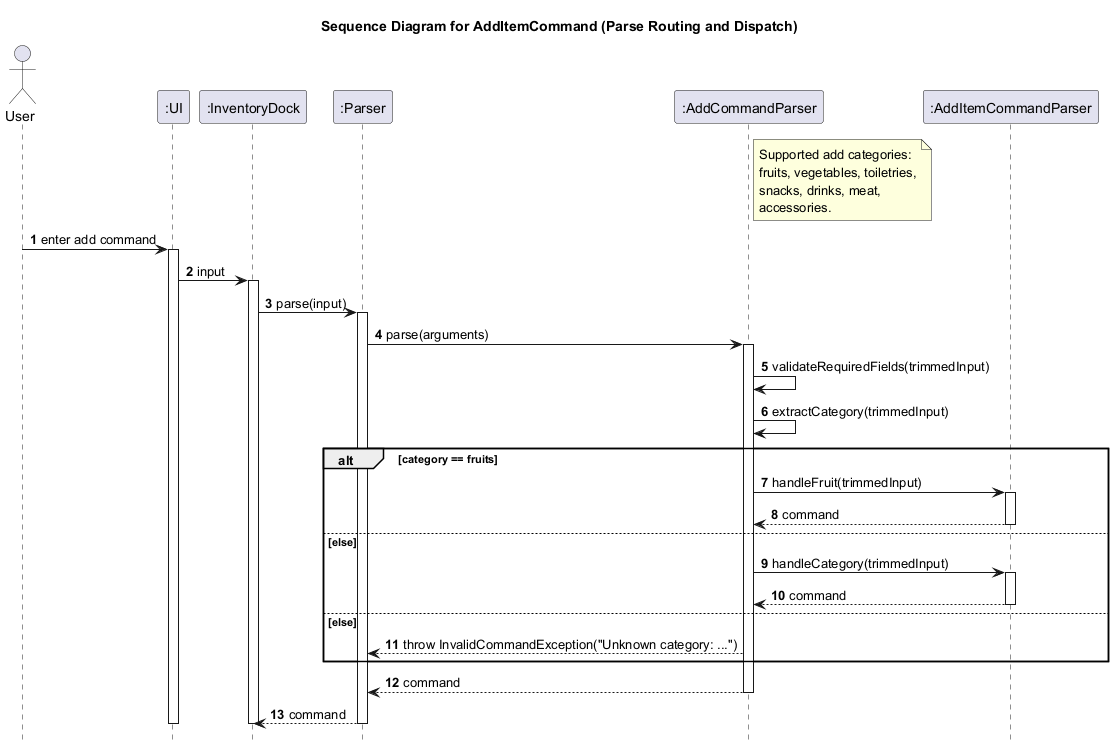
Earlier version of the PlantUML export docs/diagrams/sequence/AddItemCommandParseRoutingFlow.png (w-chuhao/tp). Source of this version:
```plantuml
@startuml
title Sequence Diagram for AddItemCommand (Parse Routing and Dispatch)

autonumber
hide footbox

actor User
participant ":UI" as UI
participant ":InventoryDock" as InventoryDock
participant ":Parser" as Parser
participant ":AddCommandParser" as AddCommandParser
participant ":AddItemCommandParser" as AddItemCommandParser

note right of AddCommandParser
Supported add categories:
fruits, vegetables, toiletries,
snacks, drinks, meat,
accessories.
end note

User -> UI: enter add command
activate UI
UI -> InventoryDock: input
activate InventoryDock
InventoryDock -> Parser: parse(input)
activate Parser

Parser -> AddCommandParser: parse(arguments)
activate AddCommandParser
AddCommandParser -> AddCommandParser: validateRequiredFields(trimmedInput)
AddCommandParser -> AddCommandParser: extractCategory(trimmedInput)

alt category == fruits
    AddCommandParser -> AddItemCommandParser: handleFruit(trimmedInput)
    activate AddItemCommandParser
    AddItemCommandParser --> AddCommandParser: command
    deactivate AddItemCommandParser
else else
    AddCommandParser -> AddItemCommandParser: handleCategory(trimmedInput)
    activate AddItemCommandParser
    AddItemCommandParser --> AddCommandParser: command
    deactivate AddItemCommandParser
else else
    AddCommandParser --> Parser: throw InvalidCommandException("Unknown category: ...")
end

AddCommandParser --> Parser: command
deactivate AddCommandParser
Parser --> InventoryDock: command
deactivate Parser
deactivate InventoryDock
deactivate UI
@enduml
```
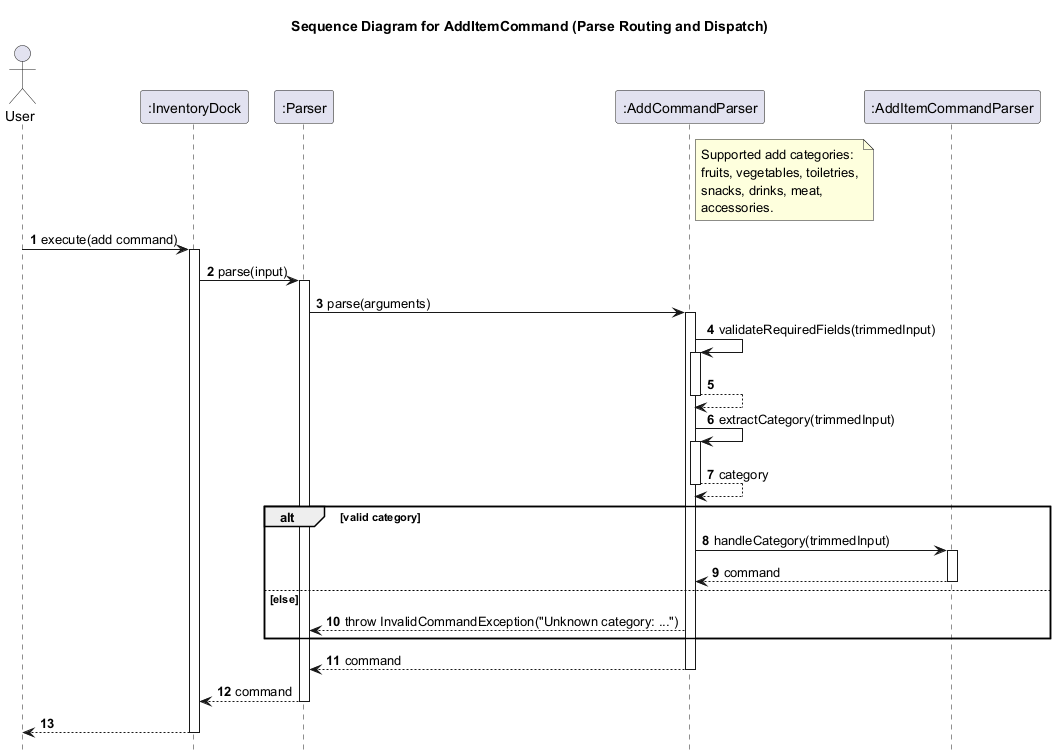
The same diagram one commit later.

Change to the diagram source:
```diff
@@ -5,7 +5,6 @@
 hide footbox
 
 actor User
-participant ":UI" as UI
 participant ":InventoryDock" as InventoryDock
 participant ":Parser" as Parser
 participant ":AddCommandParser" as AddCommandParser
@@ -18,9 +17,7 @@
 accessories.
 end note
 
-User -> UI: enter add command
-activate UI
-UI -> InventoryDock: input
+User -> InventoryDock: execute(add command)
 activate InventoryDock
 InventoryDock -> Parser: parse(input)
 activate Parser
@@ -28,14 +25,15 @@
 Parser -> AddCommandParser: parse(arguments)
 activate AddCommandParser
 AddCommandParser -> AddCommandParser: validateRequiredFields(trimmedInput)
+activate AddCommandParser
+AddCommandParser --> AddCommandParser
+deactivate AddCommandParser
 AddCommandParser -> AddCommandParser: extractCategory(trimmedInput)
+activate AddCommandParser
+AddCommandParser --> AddCommandParser: category
+Deactivate AddCommandParser
 
-alt category == fruits
-    AddCommandParser -> AddItemCommandParser: handleFruit(trimmedInput)
-    activate AddItemCommandParser
-    AddItemCommandParser --> AddCommandParser: command
-    deactivate AddItemCommandParser
-else else
+alt valid category
     AddCommandParser -> AddItemCommandParser: handleCategory(trimmedInput)
     activate AddItemCommandParser
     AddItemCommandParser --> AddCommandParser: command
@@ -48,6 +46,6 @@
 deactivate AddCommandParser
 Parser --> InventoryDock: command
 deactivate Parser
+InventoryDock --> User
 deactivate InventoryDock
-deactivate UI
 @enduml
```
